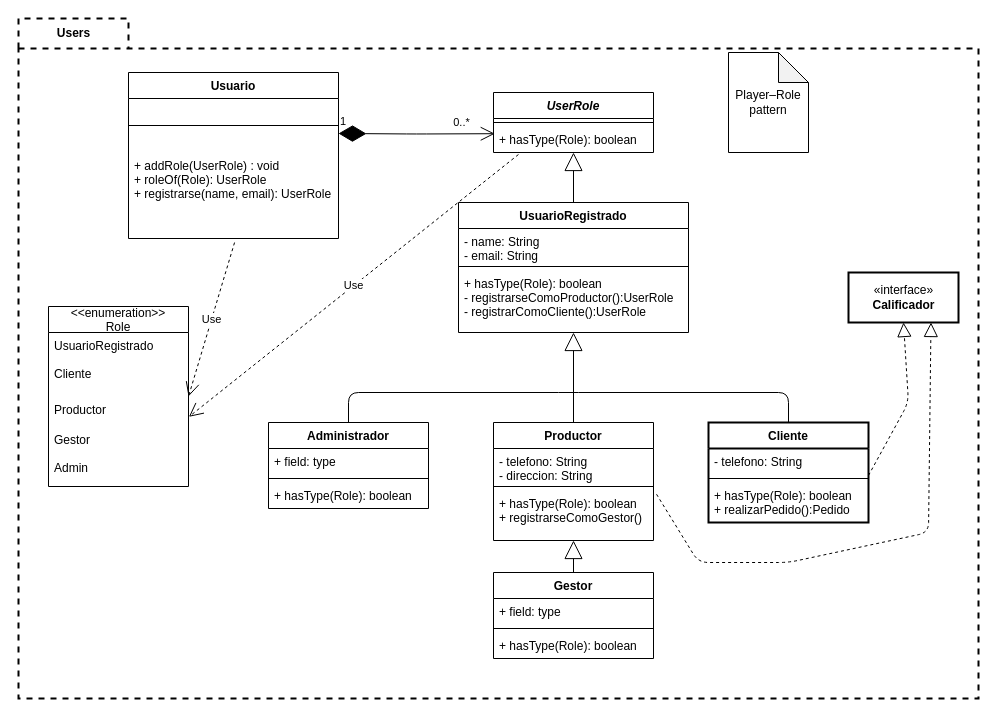
Earlier version of the draw.io diagram DiagramasDiseños/UsersPackageClass.drawio (Edeyson/agronet). Source tidied: cells renumbered, new cells numbered last; positions are measured from the earlier drawing's top-left corner, leaving out a move shared by most shapes. Both pictures are drawn from the tidied source at 100%, with x=0, y=0 at pixel (18, 18).
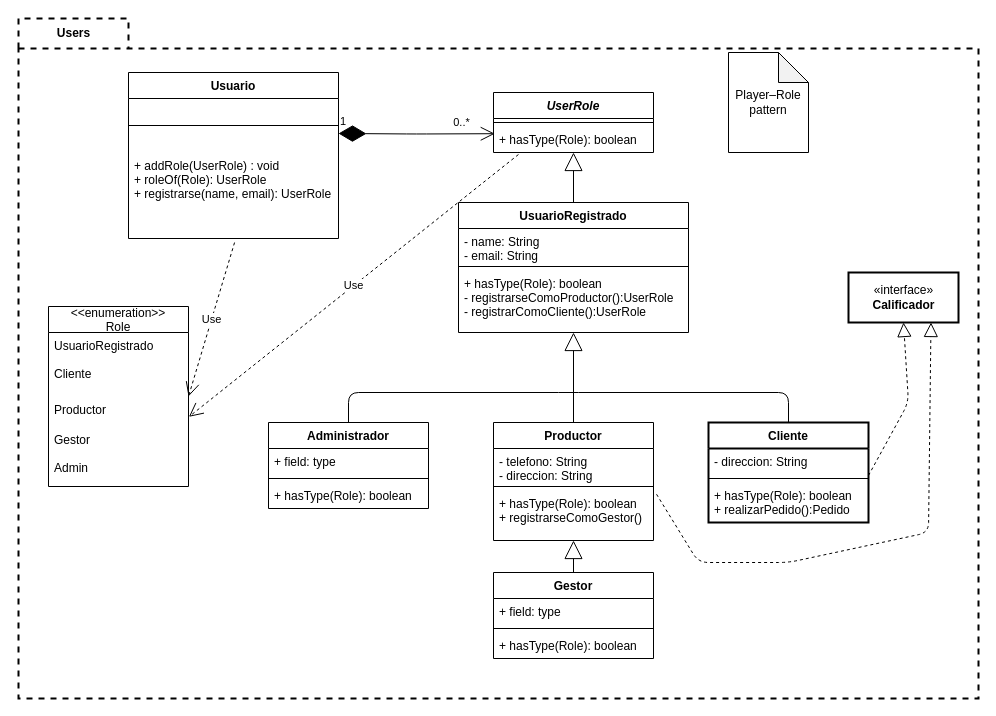
After the change.

Unchanged cells that the change refers to:
```xml
<mxCell id="37" value="Cliente" style="swimlane;fontStyle=1;align=center;verticalAlign=top;horizontal=1;startSize=26;strokeWidth=2;" parent="1" vertex="1">
  <mxGeometry x="690" y="404" width="160" height="100" as="geometry" />
</mxCell>
```

Change to the diagram source:
```diff
@@
-    <mxCell id="38" value="- telefono: String" style="text;strokeColor=none;fillColor=none;align=left;verticalAlign=top;spacingLeft=4;spacingRight=4;overflow=hidden;points=[[0,0.5],[1,0.5]];portConstraint=eastwest;" parent="37" vertex="1">
+    <mxCell id="38" value="- direccion: String" style="text;strokeColor=none;fillColor=none;align=left;verticalAlign=top;spacingLeft=4;spacingRight=4;overflow=hidden;points=[[0,0.5],[1,0.5]];portConstraint=eastwest;" parent="37" vertex="1">
       <mxGeometry y="26" width="160" height="26" as="geometry" />
     </mxCell>
```
